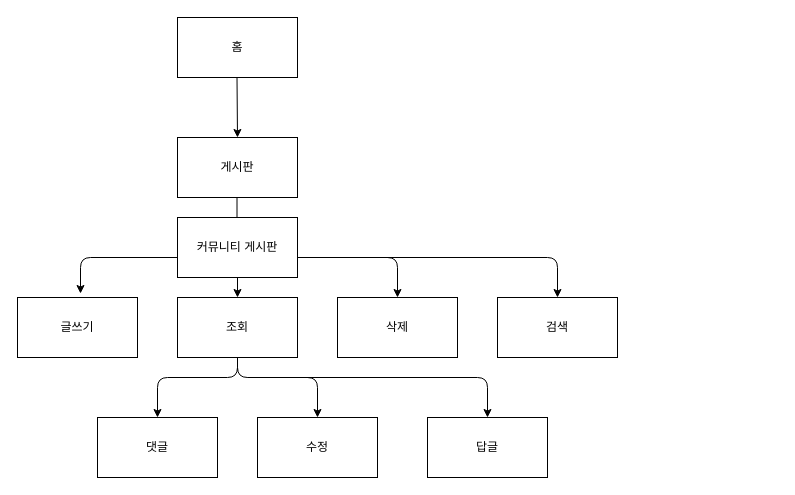
This is page "Page-1" (1 of 2) of Untitled Diagram.drawio from Janggeun-Lee/mygit, a draw.io file, before an edit. Source tidied: cells renumbered, new cells numbered last; positions are measured from the earlier drawing's top-left corner, leaving out a move shared by most shapes. Both pictures are drawn from the tidied source at 100%, with x=0, y=0 at pixel (17, 17).
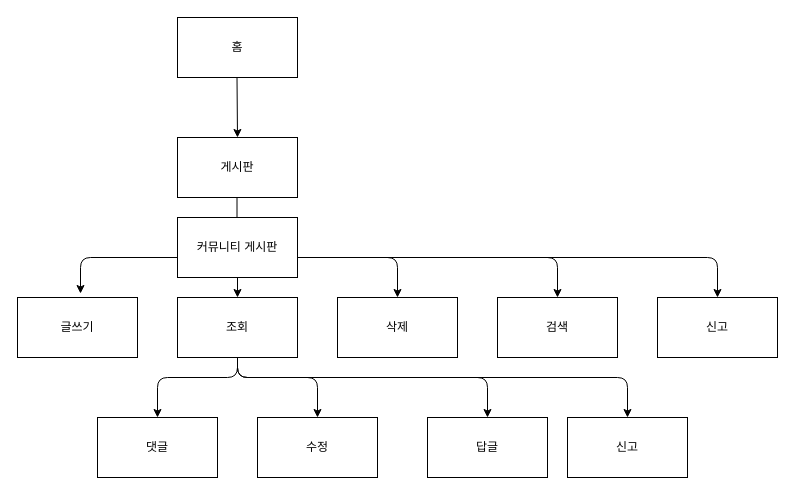
Above is the later version.

What changed in the source:
```diff
@@
+    <mxCell id="21" value="신고" style="rounded=0;whiteSpace=wrap;html=1;" parent="1" vertex="1">
+      <mxGeometry x="640" y="280" width="120" height="60" as="geometry" />
+    </mxCell>
+    <mxCell id="22" value="신고" style="rounded=0;whiteSpace=wrap;html=1;" parent="1" vertex="1">
+      <mxGeometry x="550" y="400" width="120" height="60" as="geometry" />
+    </mxCell>
+    <mxCell id="23" style="endArrow=classic;html=1;entryX=0.5;entryY=0;entryDx=0;entryDy=0;" parent="1" edge="1" target="21">
+      <mxGeometry relative="1" as="geometry">
+        <mxPoint x="280" y="240" as="sourcePoint" />
+        <Array as="points">
+          <mxPoint x="700" y="240" />
+        </Array>
+      </mxGeometry>
+    </mxCell>
+    <mxCell id="24" style="endArrow=classic;html=1;entryX=0.5;entryY=0;entryDx=0;entryDy=0;" parent="1" edge="1" target="22">
+      <mxGeometry relative="1" as="geometry">
+        <mxPoint x="220" y="340" as="sourcePoint" />
+        <Array as="points">
+          <mxPoint x="220" y="360" />
+          <mxPoint x="610" y="360" />
+        </Array>
+      </mxGeometry>
+    </mxCell>
```
